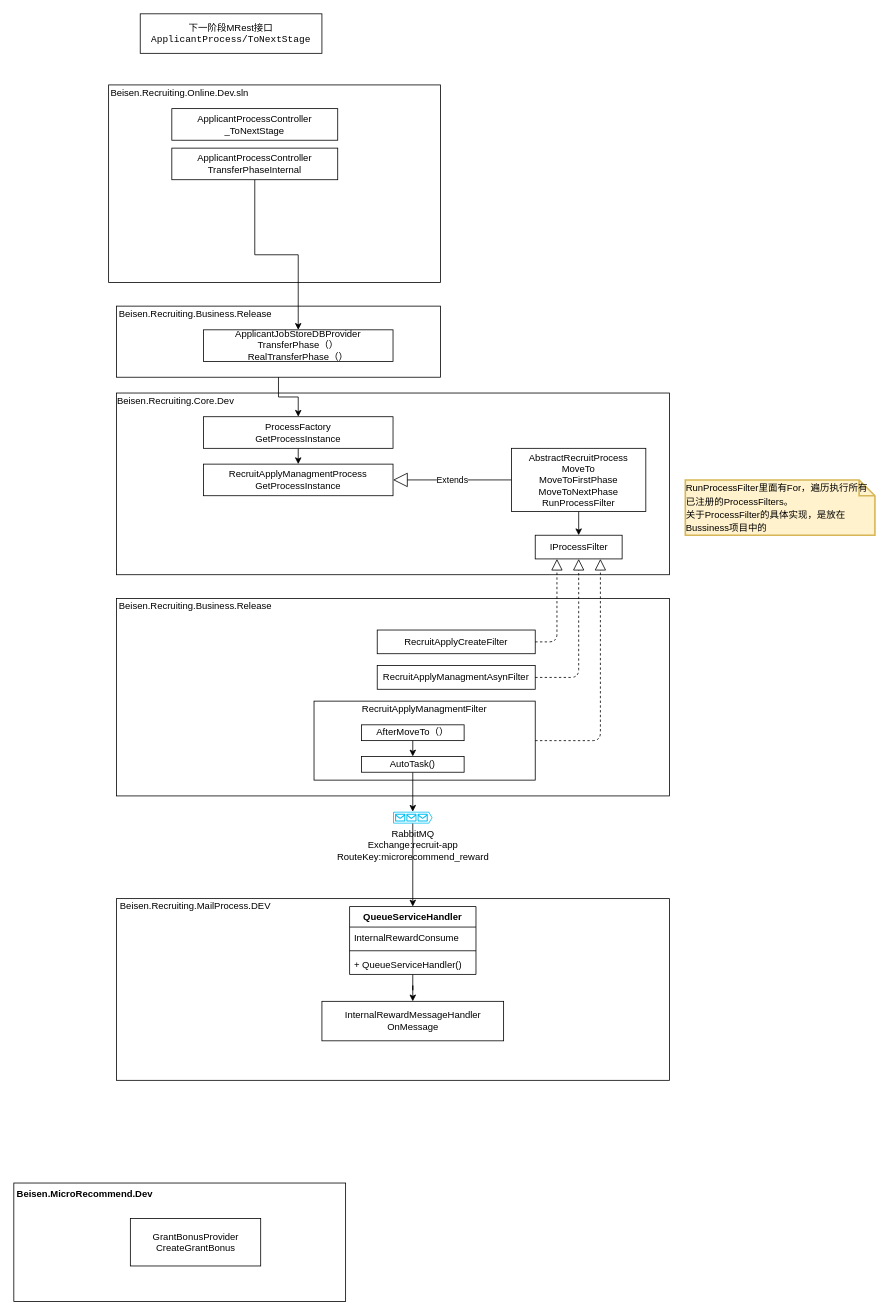
Lucas20029/MyDiagrams keeps this draw.io diagram as 转移阶段->奖励计算.drawio. Above is the earlier version. Source tidied: cells renumbered, new cells numbered last; positions are measured from the earlier drawing's top-left corner, leaving out a move shared by most shapes. Both pictures are drawn from the tidied source at 79%, with x=0, y=0 at pixel (13, 13).
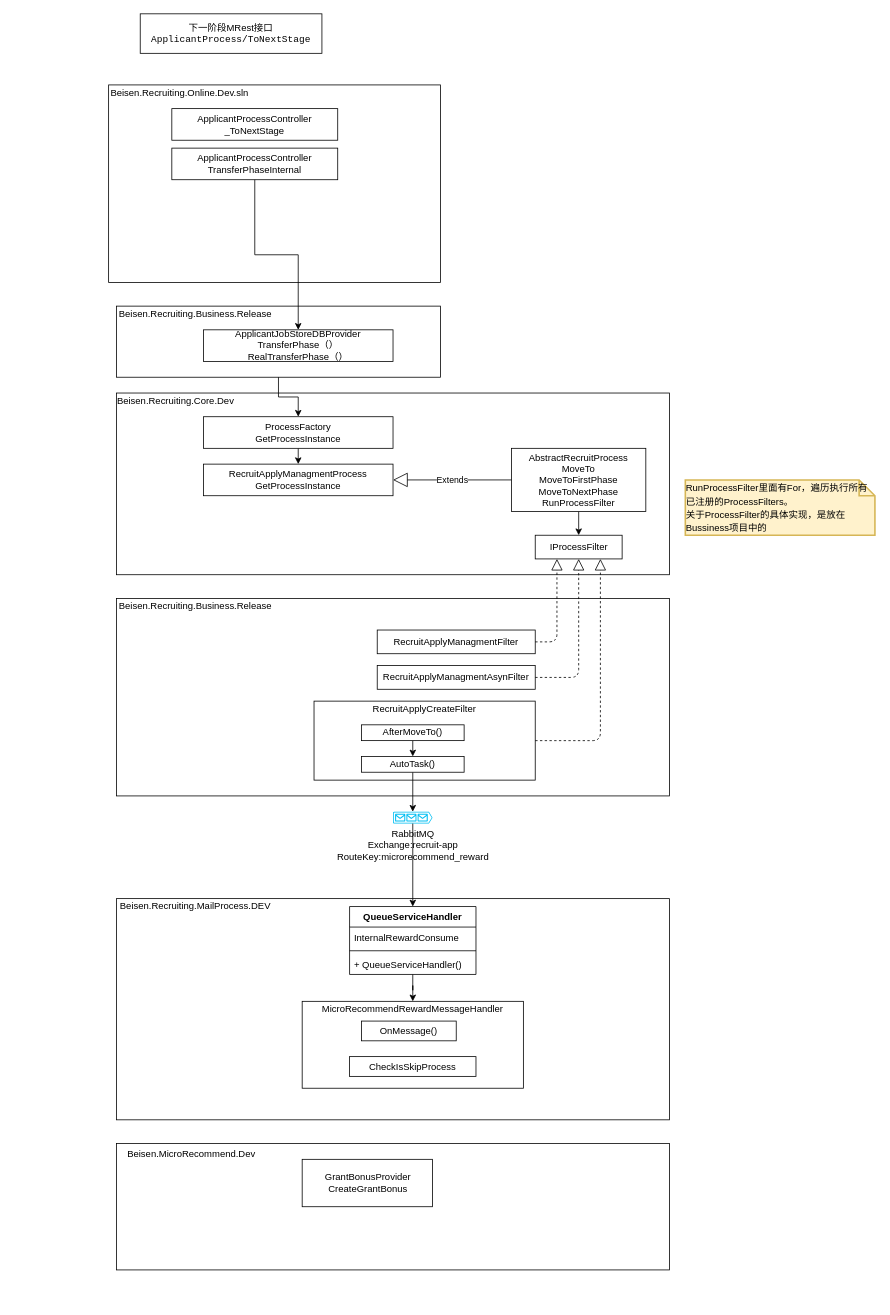
Above is the later version.

Commit message:
Update 转移阶段->奖励计算.drawio

What changed in the source:
```diff
@@
-    <mxCell id="23" value="RecruitApplyCreateFilter" style="rounded=0;whiteSpace=wrap;html=1;" parent="1" vertex="1">
+    <mxCell id="23" value="RecruitApplyManagmentFilter" style="rounded=0;whiteSpace=wrap;html=1;" parent="1" vertex="1">
       <mxGeometry x="460" y="780" width="200" height="30" as="geometry" />
     </mxCell>
@@
-    <mxCell id="28" value="RecruitApplyManagmentFilter" style="text;html=1;strokeColor=none;fillColor=none;align=center;verticalAlign=middle;whiteSpace=wrap;rounded=0;" parent="1" vertex="1">
+    <mxCell id="28" value="RecruitApplyCreateFilter" style="text;html=1;strokeColor=none;fillColor=none;align=center;verticalAlign=middle;whiteSpace=wrap;rounded=0;" parent="1" vertex="1">
       <mxGeometry x="440" y="870" width="160" height="20" as="geometry" />
     </mxCell>
@@
-    <mxCell id="30" value="AfterMoveTo（）" style="rounded=0;whiteSpace=wrap;html=1;" parent="1" vertex="1">
+    <mxCell id="30" value="AfterMoveTo()" style="rounded=0;whiteSpace=wrap;html=1;" parent="1" vertex="1">
       <mxGeometry x="440" y="900" width="130" height="20" as="geometry" />
     </mxCell>
@@
     <mxCell id="34" style="rounded=0;whiteSpace=wrap;html=1;" parent="1" vertex="1">
-      <mxGeometry x="130" y="1120" width="700" height="230" as="geometry" />
+      <mxGeometry x="130" y="1120" width="700" height="280" as="geometry" />
     </mxCell>
@@
-    <mxCell id="36" value="InternalRewardMessageHandler&lt;br&gt;OnMessage" style="html=1;" parent="1" vertex="1">
-      <mxGeometry x="390" y="1250" width="230" height="50" as="geometry" />
+    <mxCell id="36" value="&lt;br&gt;" style="html=1;" parent="1" vertex="1">
+      <mxGeometry x="365" y="1250" width="280" height="110" as="geometry" />
     </mxCell>
@@
     <mxCell id="45" style="html=1;" parent="1" vertex="1">
-      <mxGeometry y="1480" width="420" height="150" as="geometry" />
+      <mxGeometry x="130" y="1430" width="700" height="160" as="geometry" />
     </mxCell>
-    <mxCell id="46" value="Beisen.MicroRecommend.Dev" style="text;align=center;fontStyle=1;verticalAlign=middle;spacingLeft=3;spacingRight=3;strokeColor=none;" parent="1" vertex="1">
-      <mxGeometry x="50" y="1480" width="80" height="26" as="geometry" />
+    <mxCell id="46" value="Beisen.MicroRecommend.Dev" style="text;align=center;fontStyle=0;verticalAlign=middle;spacingLeft=3;spacingRight=3;strokeColor=none;" parent="1" vertex="1">
+      <mxGeometry x="130" y="1430" width="190" height="26" as="geometry" />
     </mxCell>
     <mxCell id="47" value="GrantBonusProvider&lt;br&gt;CreateGrantBonus" style="html=1;" parent="1" vertex="1">
-      <mxGeometry x="147.5" y="1525" width="165" height="60" as="geometry" />
+      <mxGeometry x="365" y="1450" width="165" height="60" as="geometry" />
     </mxCell>
+    <mxCell id="48" value="&lt;span&gt;MicroRecommendRewardMessageHandler&lt;/span&gt;" style="text;html=1;strokeColor=none;fillColor=none;align=center;verticalAlign=middle;whiteSpace=wrap;rounded=0;" parent="1" vertex="1">
+      <mxGeometry x="385" y="1250" width="240" height="20" as="geometry" />
+    </mxCell>
+    <mxCell id="49" value="OnMessage()" style="rounded=0;whiteSpace=wrap;html=1;" parent="1" vertex="1">
+      <mxGeometry x="440" y="1275" width="120" height="25" as="geometry" />
+    </mxCell>
+    <mxCell id="50" value="CheckIsSkipProcess" style="rounded=0;whiteSpace=wrap;html=1;" parent="1" vertex="1">
+      <mxGeometry x="425" y="1320" width="160" height="25" as="geometry" />
+    </mxCell>
```
